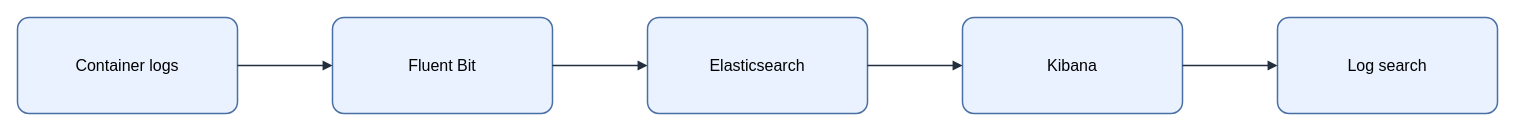
Above: assets/img/observability/fluent-bit-log-pipeline.drawio in KKamJi98/kkamji98.github.io (draw.io), before the change. Source tidied: cells renumbered, new cells numbered last; positions are measured from the earlier drawing's top-left corner, leaving out a move shared by most shapes. Both pictures are drawn from the tidied source at 100%, with x=0, y=0 at pixel (17, 17).
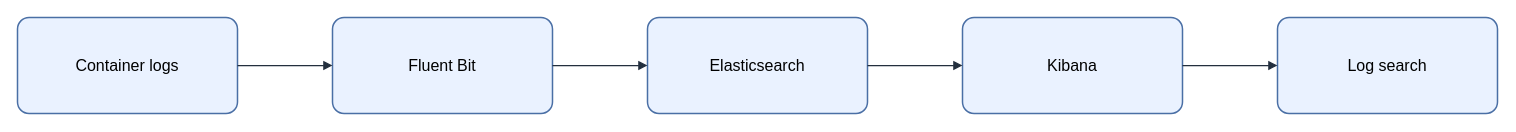
After the change.

The edit, as a diff of the source:
```diff
@@
 <mxGraphModel background="#FFFFFF">
   <root>
     <mxCell id="0" />
     <mxCell id="1" parent="0" />
-    <mxCell id="2" value="&lt;font style=&quot;color: rgb(0, 0, 0);&quot;&gt;Container logs&lt;/font&gt;" style="rounded=1;arcSize=12;whiteSpace=wrap;html=1;fillColor=#EAF2FF;strokeColor=#4A6FA5;strokeWidth=1.5;fontColor=#000000;fontSize=16;align=center;verticalAlign=middle;spacing=8;shadow=0;" parent="1" vertex="1">
+    <mxCell id="2" value="Container logs" style="rounded=1;arcSize=12;whiteSpace=wrap;html=0;fillColor=#EAF2FF;strokeColor=#4A6FA5;strokeWidth=1.5;fontColor=#000000;fontSize=16;align=center;verticalAlign=middle;spacing=8;shadow=0;" parent="1" vertex="1">
       <mxGeometry width="220" height="96" as="geometry" />
     </mxCell>
-    <mxCell id="3" value="&lt;font style=&quot;color: rgb(0, 0, 0);&quot;&gt;Fluent Bit&lt;/font&gt;" style="rounded=1;arcSize=12;whiteSpace=wrap;html=1;fillColor=#EAF2FF;strokeColor=#4A6FA5;strokeWidth=1.5;fontColor=#000000;fontSize=16;align=center;verticalAlign=middle;spacing=8;shadow=0;" parent="1" vertex="1">
+    <mxCell id="3" value="Fluent Bit" style="rounded=1;arcSize=12;whiteSpace=wrap;html=0;fillColor=#EAF2FF;strokeColor=#4A6FA5;strokeWidth=1.5;fontColor=#000000;fontSize=16;align=center;verticalAlign=middle;spacing=8;shadow=0;" parent="1" vertex="1">
       <mxGeometry x="315" width="220" height="96" as="geometry" />
     </mxCell>
-    <mxCell id="4" value="&lt;font style=&quot;color: rgb(0, 0, 0);&quot;&gt;Elasticsearch&lt;/font&gt;" style="rounded=1;arcSize=12;whiteSpace=wrap;html=1;fillColor=#EAF2FF;strokeColor=#4A6FA5;strokeWidth=1.5;fontColor=#000000;fontSize=16;align=center;verticalAlign=middle;spacing=8;shadow=0;" parent="1" vertex="1">
+    <mxCell id="4" value="Elasticsearch" style="rounded=1;arcSize=12;whiteSpace=wrap;html=0;fillColor=#EAF2FF;strokeColor=#4A6FA5;strokeWidth=1.5;fontColor=#000000;fontSize=16;align=center;verticalAlign=middle;spacing=8;shadow=0;" parent="1" vertex="1">
       <mxGeometry x="630" width="220" height="96" as="geometry" />
     </mxCell>
-    <mxCell id="5" value="&lt;font style=&quot;color: rgb(0, 0, 0);&quot;&gt;Kibana&lt;/font&gt;" style="rounded=1;arcSize=12;whiteSpace=wrap;html=1;fillColor=#EAF2FF;strokeColor=#4A6FA5;strokeWidth=1.5;fontColor=#000000;fontSize=16;align=center;verticalAlign=middle;spacing=8;shadow=0;" parent="1" vertex="1">
+    <mxCell id="5" value="Kibana" style="rounded=1;arcSize=12;whiteSpace=wrap;html=0;fillColor=#EAF2FF;strokeColor=#4A6FA5;strokeWidth=1.5;fontColor=#000000;fontSize=16;align=center;verticalAlign=middle;spacing=8;shadow=0;" parent="1" vertex="1">
       <mxGeometry x="945" width="220" height="96" as="geometry" />
     </mxCell>
-    <mxCell id="6" value="&lt;font style=&quot;color: rgb(0, 0, 0);&quot;&gt;Log search&lt;/font&gt;" style="rounded=1;arcSize=12;whiteSpace=wrap;html=1;fillColor=#EAF2FF;strokeColor=#4A6FA5;strokeWidth=1.5;fontColor=#000000;fontSize=16;align=center;verticalAlign=middle;spacing=8;shadow=0;" parent="1" vertex="1">
+    <mxCell id="6" value="Log search" style="rounded=1;arcSize=12;whiteSpace=wrap;html=0;fillColor=#EAF2FF;strokeColor=#4A6FA5;strokeWidth=1.5;fontColor=#000000;fontSize=16;align=center;verticalAlign=middle;spacing=8;shadow=0;" parent="1" vertex="1">
       <mxGeometry x="1260" width="220" height="96" as="geometry" />
     </mxCell>
-    <mxCell id="7" style="edgeStyle=orthogonalEdgeStyle;rounded=0;jettySize=auto;html=1;endArrow=block;endFill=1;strokeColor=#232F3E;strokeWidth=1.5;fontColor=#000000;labelBackgroundColor=none;exitX=1;exitY=0.5;exitDx=0;exitDy=0;entryX=0;entryY=0.5;entryDx=0;entryDy=0;" parent="1" edge="1" source="2" target="3">
+    <mxCell id="7" style="edgeStyle=orthogonalEdgeStyle;rounded=0;jettySize=auto;html=0;endArrow=block;endFill=1;strokeColor=#232F3E;strokeWidth=1.25;fontColor=#000000;labelBackgroundColor=none;exitX=1;exitY=0.5;exitDx=0;exitDy=0;entryX=0;entryY=0.5;entryDx=0;entryDy=0;" parent="1" edge="1" source="2" target="3">
       <mxGeometry relative="1" as="geometry" />
     </mxCell>
-    <mxCell id="8" style="edgeStyle=orthogonalEdgeStyle;rounded=0;jettySize=auto;html=1;endArrow=block;endFill=1;strokeColor=#232F3E;strokeWidth=1.5;fontColor=#000000;labelBackgroundColor=none;exitX=1;exitY=0.5;exitDx=0;exitDy=0;entryX=0;entryY=0.5;entryDx=0;entryDy=0;" parent="1" edge="1" source="3" target="4">
+    <mxCell id="8" style="edgeStyle=orthogonalEdgeStyle;rounded=0;jettySize=auto;html=0;endArrow=block;endFill=1;strokeColor=#232F3E;strokeWidth=1.25;fontColor=#000000;labelBackgroundColor=none;exitX=1;exitY=0.5;exitDx=0;exitDy=0;entryX=0;entryY=0.5;entryDx=0;entryDy=0;" parent="1" edge="1" source="3" target="4">
       <mxGeometry relative="1" as="geometry" />
     </mxCell>
-    <mxCell id="9" style="edgeStyle=orthogonalEdgeStyle;rounded=0;jettySize=auto;html=1;endArrow=block;endFill=1;strokeColor=#232F3E;strokeWidth=1.5;fontColor=#000000;labelBackgroundColor=none;exitX=1;exitY=0.5;exitDx=0;exitDy=0;entryX=0;entryY=0.5;entryDx=0;entryDy=0;" parent="1" edge="1" source="4" target="5">
+    <mxCell id="9" style="edgeStyle=orthogonalEdgeStyle;rounded=0;jettySize=auto;html=0;endArrow=block;endFill=1;strokeColor=#232F3E;strokeWidth=1.25;fontColor=#000000;labelBackgroundColor=none;exitX=1;exitY=0.5;exitDx=0;exitDy=0;entryX=0;entryY=0.5;entryDx=0;entryDy=0;" parent="1" edge="1" source="4" target="5">
       <mxGeometry relative="1" as="geometry" />
     </mxCell>
-    <mxCell id="10" style="edgeStyle=orthogonalEdgeStyle;rounded=0;jettySize=auto;html=1;endArrow=block;endFill=1;strokeColor=#232F3E;strokeWidth=1.5;fontColor=#000000;labelBackgroundColor=none;exitX=1;exitY=0.5;exitDx=0;exitDy=0;entryX=0;entryY=0.5;entryDx=0;entryDy=0;" parent="1" edge="1" source="5" target="6">
+    <mxCell id="10" style="edgeStyle=orthogonalEdgeStyle;rounded=0;jettySize=auto;html=0;endArrow=block;endFill=1;strokeColor=#232F3E;strokeWidth=1.25;fontColor=#000000;labelBackgroundColor=none;exitX=1;exitY=0.5;exitDx=0;exitDy=0;entryX=0;entryY=0.5;entryDx=0;entryDy=0;" parent="1" edge="1" source="5" target="6">
       <mxGeometry relative="1" as="geometry" />
     </mxCell>
   </root>
 </mxGraphModel>
```
